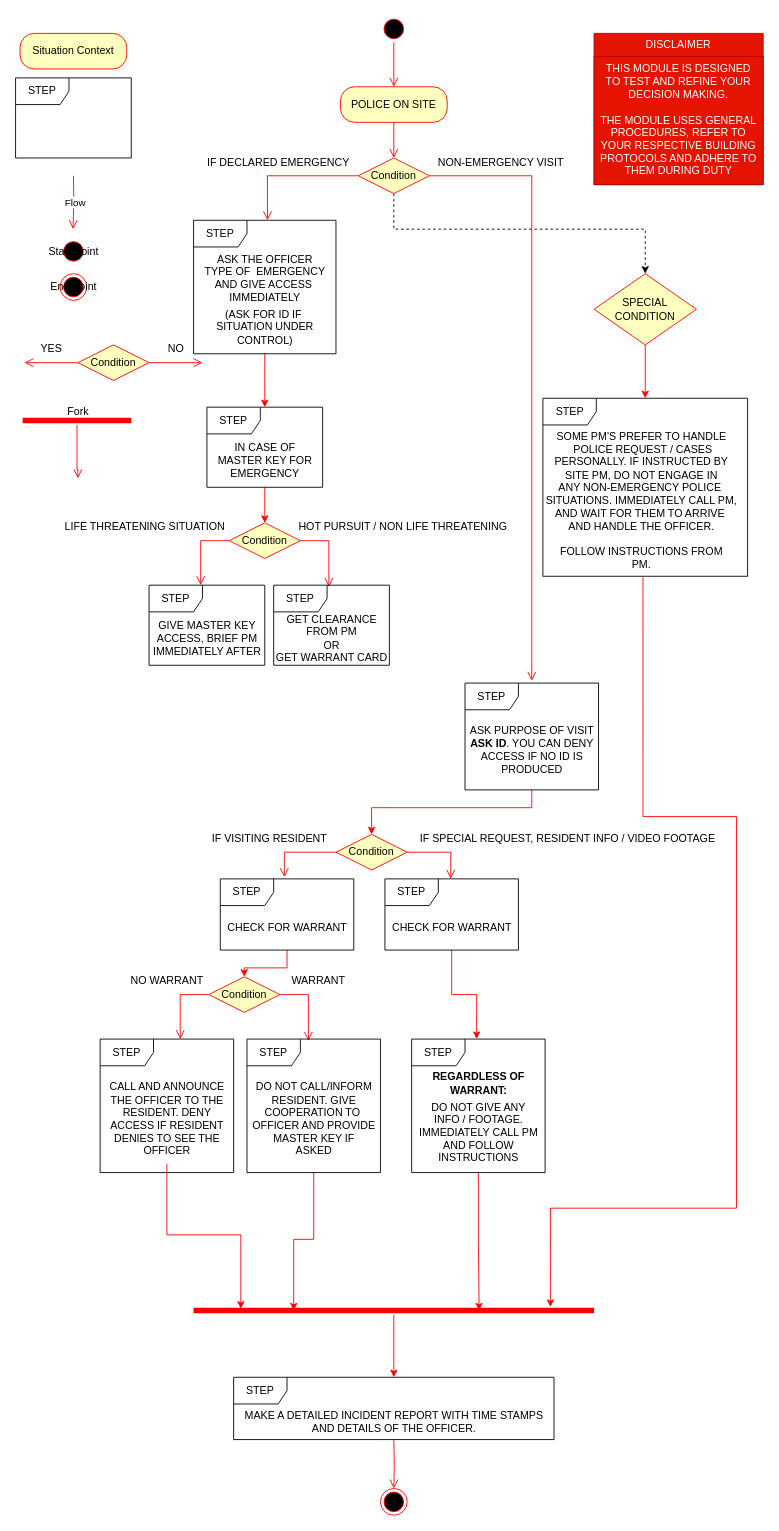
This is MODULES/Mod 6 Procedure OFFICERS/Mod 6-1 Procedure POLICE.drawio from s-nasir/ModTrain, a draw.io file, before an edit. Source tidied: cells renumbered, new cells numbered last; positions are measured from the earlier drawing's top-left corner, leaving out a move shared by most shapes. Both pictures are drawn from the tidied source at 89%, with x=0, y=0 at pixel (15, 15).
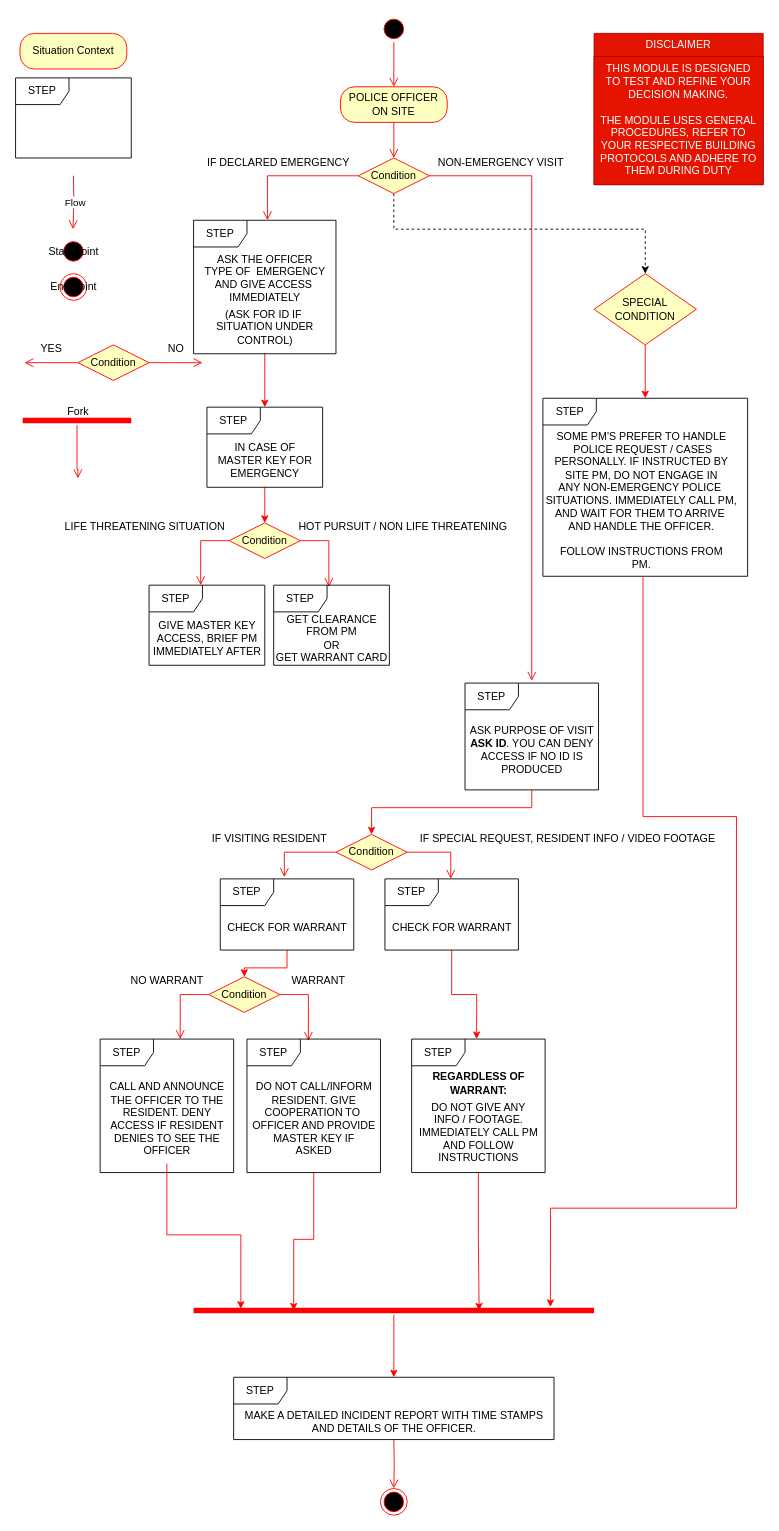
The same page after the edit.

Change to the diagram source:
```diff
@@
-    <mxCell id="4" value="POLICE ON SITE" style="rounded=1;whiteSpace=wrap;html=1;arcSize=40;fontColor=#000000;fillColor=#ffffc0;strokeColor=#ff0000;" parent="1" vertex="1">
+    <mxCell id="4" value="POLICE OFFICER ON SITE" style="rounded=1;whiteSpace=wrap;html=1;arcSize=40;fontColor=#000000;fillColor=#ffffc0;strokeColor=#ff0000;" parent="1" vertex="1">
       <mxGeometry x="365" y="80" width="120" height="40" as="geometry" />
     </mxCell>
```
